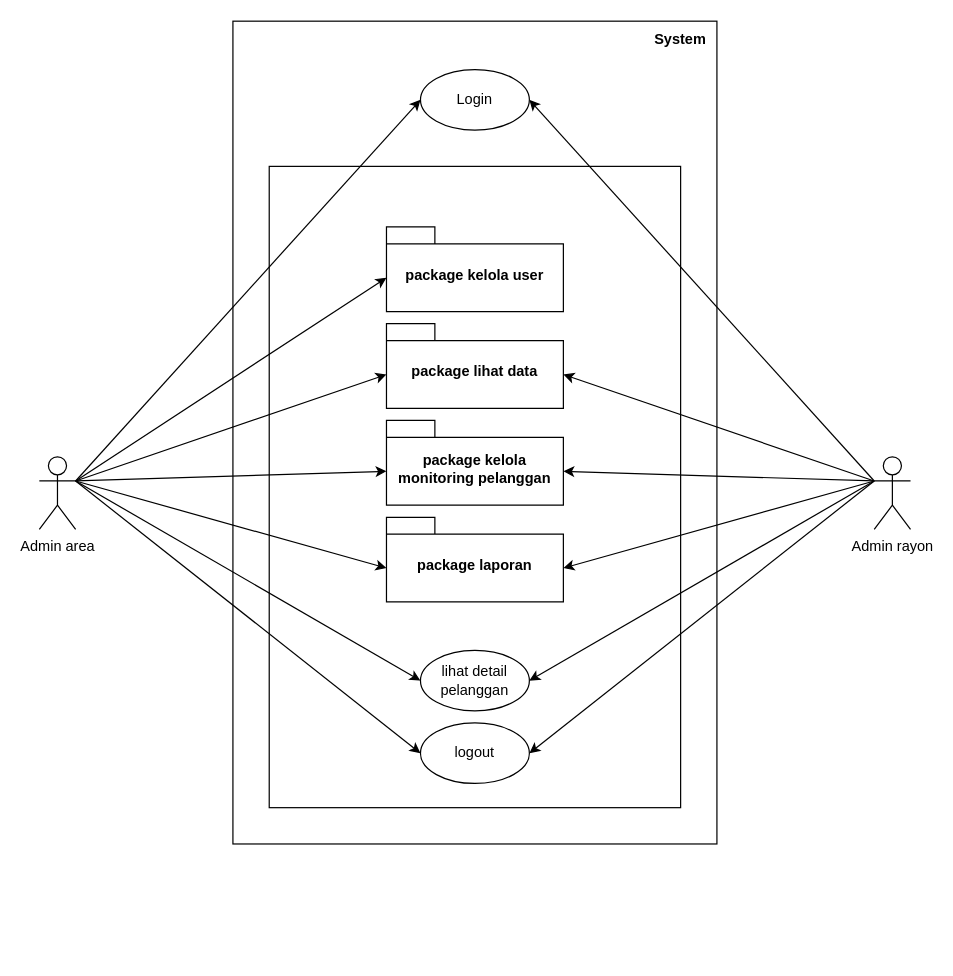
This is admin.drawio from 061WAHYU/Flowchat, a draw.io file, before an edit. Source tidied: cells renumbered, new cells numbered last; positions are measured from the earlier drawing's top-left corner, leaving out a move shared by most shapes. Both pictures are drawn from the tidied source at 121%, with x=0, y=0 at pixel (39, 21).
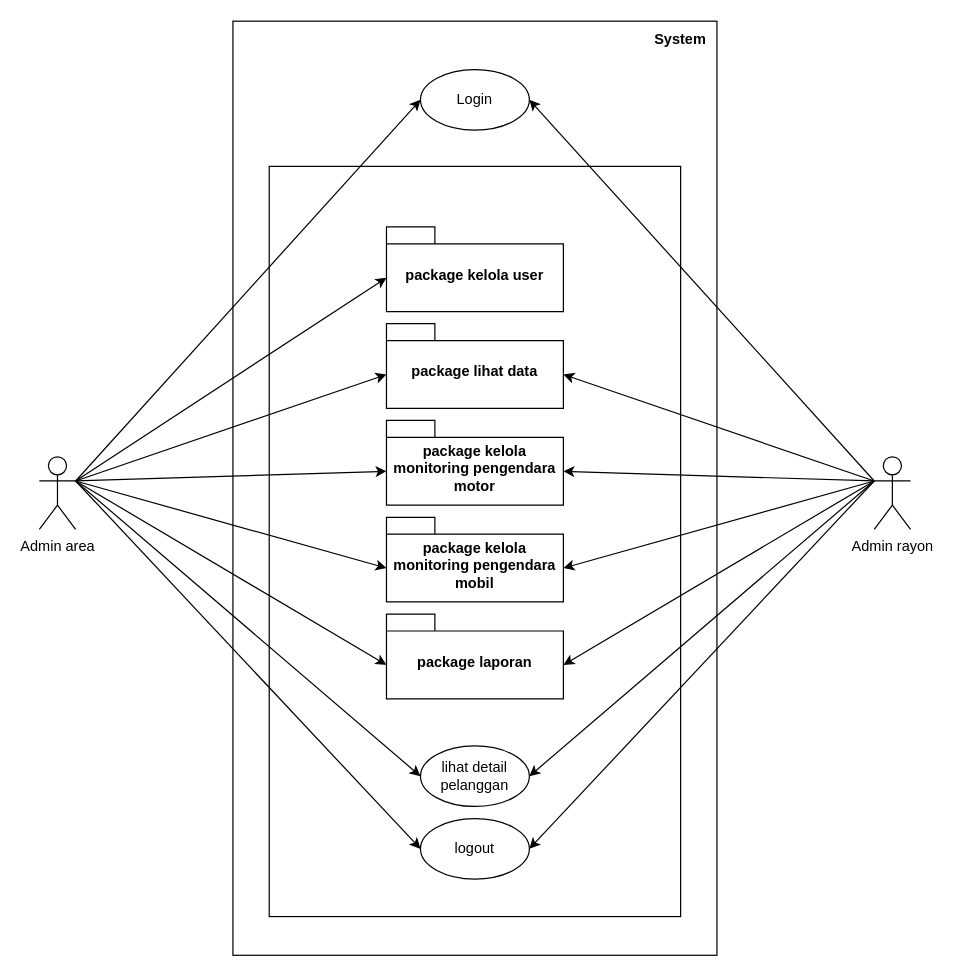
After the change.

Unchanged cells that the change refers to:
```xml
<mxCell id="11" value="Admin area" style="shape=umlActor;verticalLabelPosition=bottom;verticalAlign=top;html=1;outlineConnect=0;" parent="1" vertex="1">
  <mxGeometry y="360" width="30" height="60" as="geometry" />
</mxCell>
<mxCell id="18" value="Admin rayon" style="shape=umlActor;verticalLabelPosition=bottom;verticalAlign=top;html=1;outlineConnect=0;" parent="1" vertex="1">
  <mxGeometry x="690" y="360" width="30" height="60" as="geometry" />
</mxCell>
```

Diff of the diagram source:
```diff
@@
     <mxCell id="2" style="rounded=0;whiteSpace=wrap;html=1;fillColor=none;" parent="1" vertex="1">
-      <mxGeometry x="160" width="400" height="680" as="geometry" />
+      <mxGeometry x="160" width="400" height="772" as="geometry" />
     </mxCell>
     <mxCell id="3" style="rounded=0;whiteSpace=wrap;html=1;fillColor=none;" parent="1" vertex="1">
-      <mxGeometry x="190" y="120" width="340" height="530" as="geometry" />
+      <mxGeometry x="190" y="120" width="340" height="620" as="geometry" />
     </mxCell>
@@
+    <mxCell id="27" style="rounded=0;jettySize=auto;html=1;exitX=1;exitY=0.3333333333333333;exitDx=0;exitDy=0;exitPerimeter=0;entryX=0;entryY=0;entryDx=0;entryDy=42;entryPerimeter=0;" parent="1" edge="1" source="11" target="29">
+      <mxGeometry relative="1" as="geometry" />
+    </mxCell>
@@
+    <mxCell id="28" style="rounded=0;jettySize=auto;html=1;exitX=0;exitY=0.3333333333333333;exitDx=0;exitDy=0;exitPerimeter=0;entryX=0;entryY=0;entryDx=146.25;entryDy=42;entryPerimeter=0;" parent="1" edge="1" source="18" target="29">
+      <mxGeometry relative="1" as="geometry" />
+    </mxCell>
@@
-    <mxCell id="22" value="package kelola monitoring pelanggan" style="shape=folder;fontStyle=1;spacingTop=10;tabWidth=40;tabHeight=14;tabPosition=left;html=1;whiteSpace=wrap;" parent="1" vertex="1">
+    <mxCell id="22" value="package kelola monitoring pengendara motor" style="shape=folder;fontStyle=1;spacingTop=10;tabWidth=40;tabHeight=14;tabPosition=left;html=1;whiteSpace=wrap;" parent="1" vertex="1">
       <mxGeometry x="286.9" y="330" width="146.2" height="70" as="geometry" />
     </mxCell>
     <mxCell id="23" value="package laporan" style="shape=folder;fontStyle=1;spacingTop=10;tabWidth=40;tabHeight=14;tabPosition=left;html=1;whiteSpace=wrap;" parent="1" vertex="1">
-      <mxGeometry x="286.9" y="410" width="146.2" height="70" as="geometry" />
+      <mxGeometry x="286.9" y="490" width="146.2" height="70" as="geometry" />
     </mxCell>
     <mxCell id="24" value="lihat detail pelanggan" style="ellipse;whiteSpace=wrap;html=1;" parent="1" vertex="1">
-      <mxGeometry x="315" y="520" width="90" height="50" as="geometry" />
+      <mxGeometry x="315" y="599" width="90" height="50" as="geometry" />
     </mxCell>
     <mxCell id="25" value="logout" style="ellipse;whiteSpace=wrap;html=1;" parent="1" vertex="1">
-      <mxGeometry x="315" y="580" width="90" height="50" as="geometry" />
+      <mxGeometry x="315" y="659" width="90" height="50" as="geometry" />
     </mxCell>
@@
+    <mxCell id="29" value="package kelola monitoring pengendara mobil" style="shape=folder;fontStyle=1;spacingTop=10;tabWidth=40;tabHeight=14;tabPosition=left;html=1;whiteSpace=wrap;" parent="1" vertex="1">
+      <mxGeometry x="286.9" y="410" width="146.2" height="70" as="geometry" />
+    </mxCell>
```
